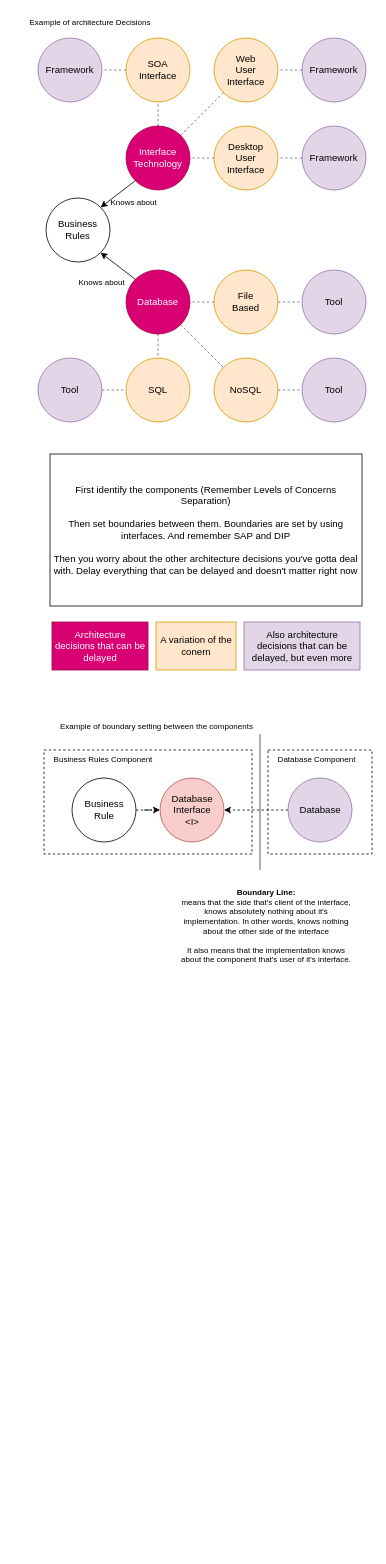
Before: page "Setting Boundaries between the concerns" (2 of 2) of images/Robert C Martin - Architecture Growth.drawio in GabrielSlima/blog, a draw.io diagram. Source tidied: cells renumbered, new cells numbered last; positions are measured from the earlier drawing's top-left corner, leaving out a move shared by most shapes. Both pictures are drawn from the tidied source at 80%, with x=0, y=0 at pixel (14, 14).
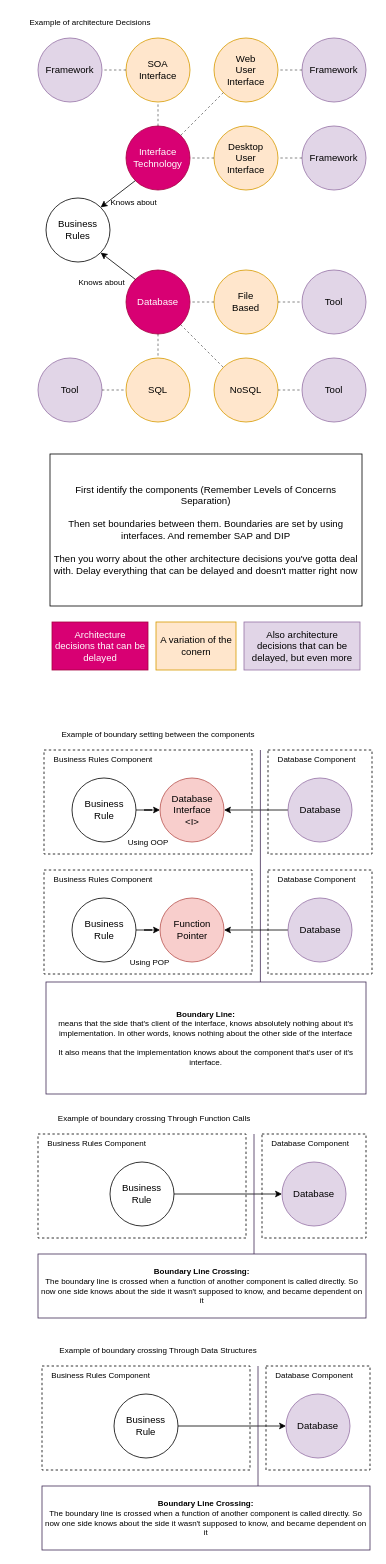
The same diagram, later.

Commit message:
Add setting boundaries example

Unchanged cells that the change refers to:
```xml
<mxCell id="37" value="&lt;div&gt;Business&lt;/div&gt;&lt;div&gt;Rule&lt;/div&gt;" style="ellipse;whiteSpace=wrap;html=1;" parent="1" vertex="1">
  <mxGeometry x="72.5" y="955" width="80" height="80" as="geometry" />
</mxCell>
<mxCell id="39" value="Database" style="ellipse;whiteSpace=wrap;html=1;fillColor=#e1d5e7;strokeColor=#9673a6;" parent="1" vertex="1">
  <mxGeometry x="342.5" y="955" width="80" height="80" as="geometry" />
</mxCell>
<mxCell id="40" value="&lt;div&gt;Database&lt;/div&gt;&lt;div&gt;Interface&lt;br&gt;&lt;/div&gt;&lt;div&gt;&amp;lt;I&amp;gt;&lt;br&gt;&lt;/div&gt;" style="ellipse;whiteSpace=wrap;html=1;fillColor=#f8cecc;strokeColor=#b85450;" parent="1" vertex="1">
  <mxGeometry x="182.5" y="955" width="80" height="80" as="geometry" />
</mxCell>
```

Diff of the diagram source:
```diff
@@
-    <mxCell id="36" style="edgeStyle=orthogonalEdgeStyle;rounded=0;jettySize=auto;html=1;dashed=1;fontSize=10;strokeColor=#000000;" parent="1" edge="1" source="37" target="40">
+    <mxCell id="36" style="edgeStyle=orthogonalEdgeStyle;rounded=0;jettySize=auto;html=1;fontSize=10;strokeColor=#000000;" parent="1" edge="1" source="37" target="40">
       <mxGeometry relative="1" as="geometry" />
     </mxCell>
@@
-    <mxCell id="38" style="edgeStyle=orthogonalEdgeStyle;rounded=0;jettySize=auto;html=1;dashed=1;fontSize=10;strokeColor=#000000;" parent="1" edge="1" source="39" target="40">
+    <mxCell id="38" style="edgeStyle=orthogonalEdgeStyle;rounded=0;jettySize=auto;html=1;fontSize=10;strokeColor=#000000;" parent="1" edge="1" source="39" target="40">
       <mxGeometry relative="1" as="geometry" />
     </mxCell>
@@
     <mxCell id="42" style="endArrow=none;html=1;rounded=0;fontSize=10;strokeColor=#432D57;fillColor=#76608a;" parent="1" edge="1">
       <mxGeometry relative="1" as="geometry">
-        <mxPoint x="307.5" y="1070" as="sourcePoint" />
-        <mxPoint x="307.5" y="900" as="targetPoint" />
+        <mxPoint x="308" y="1210" as="sourcePoint" />
+        <mxPoint x="308" y="920" as="targetPoint" />
       </mxGeometry>
     </mxCell>
-    <mxCell id="43" value="&lt;div&gt;&lt;b&gt;Boundary Line:&lt;/b&gt;&lt;/div&gt;&lt;div&gt;means that the side that's client of the interface, knows absolutely nothing about it's implementation. In other words, knows nothing about the other side of the interface&lt;br&gt;&lt;/div&gt;&lt;div&gt;&lt;br&gt;&lt;/div&gt;&lt;div&gt;It also means that the implementation knows about the component that's user of it's interface.&lt;br&gt;&lt;/div&gt;" style="text;html=1;strokeColor=none;fillColor=none;align=center;verticalAlign=middle;whiteSpace=wrap;rounded=0;dashed=1;fontSize=10;" parent="1" vertex="1">
-      <mxGeometry x="207.5" y="1070" width="215" height="140" as="geometry" />
+    <mxCell id="43" value="&lt;div&gt;&lt;b&gt;Boundary Line:&lt;/b&gt;&lt;/div&gt;&lt;div&gt;means that the side that's client of the interface, knows absolutely nothing about it's implementation. In other words, knows nothing about the other side of the interface&lt;br&gt;&lt;/div&gt;&lt;div&gt;&lt;br&gt;&lt;/div&gt;&lt;div&gt;It also means that the implementation knows about the component that's user of it's interface.&lt;br&gt;&lt;/div&gt;" style="text;html=1;strokeColor=#432D57;fillColor=none;align=center;verticalAlign=middle;whiteSpace=wrap;rounded=0;fontSize=10;" parent="1" vertex="1">
+      <mxGeometry x="40" y="1210" width="400" height="140" as="geometry" />
     </mxCell>
@@
     <mxCell id="46" value="Example of boundary setting between the components" style="text;html=1;align=center;verticalAlign=middle;strokeColor=none;fillColor=none;fontSize=10;" parent="1" vertex="1">
-      <mxGeometry x="32.5" y="880" width="290" height="20" as="geometry" />
+      <mxGeometry x="35" y="890" width="290" height="20" as="geometry" />
     </mxCell>
@@
+    <mxCell id="48" value="&lt;div&gt;&lt;b&gt;Boundary Line Crossing:&lt;/b&gt;&lt;/div&gt;&lt;div&gt;The boundary line is crossed when a function of another component is called directly. So now one side knows about the side it wasn't supposed to know, and became dependent on it&lt;b&gt;&lt;br&gt;&lt;/b&gt;&lt;/div&gt;" style="text;html=1;strokeColor=#432D57;fillColor=none;align=center;verticalAlign=middle;whiteSpace=wrap;rounded=0;fontSize=10;" parent="1" vertex="1">
+      <mxGeometry x="30" y="1550" width="410" height="80" as="geometry" />
+    </mxCell>
+    <mxCell id="49" value="Database Component" style="rounded=0;whiteSpace=wrap;html=1;fontSize=10;fillColor=none;dashed=1;align=left;verticalAlign=top;spacingLeft=10;" parent="1" vertex="1">
+      <mxGeometry x="310" y="1400" width="130" height="130" as="geometry" />
+    </mxCell>
+    <mxCell id="50" value="Business Rules Component" style="rounded=0;whiteSpace=wrap;html=1;fontSize=10;fillColor=none;dashed=1;align=left;verticalAlign=top;spacingLeft=10;" parent="1" vertex="1">
+      <mxGeometry x="30" y="1400" width="260" height="130" as="geometry" />
+    </mxCell>
+    <mxCell id="51" style="edgeStyle=orthogonalEdgeStyle;rounded=0;jettySize=auto;html=1;fontSize=10;strokeColor=#000000;entryX=0;entryY=0.5;entryDx=0;entryDy=0;" parent="1" edge="1" source="52" target="53">
+      <mxGeometry relative="1" as="geometry" />
+    </mxCell>
+    <mxCell id="52" value="&lt;div&gt;Business&lt;/div&gt;&lt;div&gt;Rule&lt;/div&gt;" style="ellipse;whiteSpace=wrap;html=1;" parent="1" vertex="1">
+      <mxGeometry x="120" y="1435" width="80" height="80" as="geometry" />
+    </mxCell>
+    <mxCell id="53" value="Database" style="ellipse;whiteSpace=wrap;html=1;fillColor=#e1d5e7;strokeColor=#9673a6;" parent="1" vertex="1">
+      <mxGeometry x="335" y="1435" width="80" height="80" as="geometry" />
+    </mxCell>
+    <mxCell id="54" style="endArrow=none;html=1;rounded=0;fontSize=10;strokeColor=#432D57;fillColor=#76608a;" parent="1" edge="1">
+      <mxGeometry relative="1" as="geometry">
+        <mxPoint x="300" y="1550" as="sourcePoint" />
+        <mxPoint x="300" y="1400" as="targetPoint" />
+      </mxGeometry>
+    </mxCell>
+    <mxCell id="55" value="Example of boundary crossing Through Function Calls" style="text;html=1;align=center;verticalAlign=middle;strokeColor=none;fillColor=none;fontSize=10;" parent="1" vertex="1">
+      <mxGeometry x="30" y="1370" width="290" height="20" as="geometry" />
+    </mxCell>
+    <mxCell id="56" value="Database Component" style="rounded=0;whiteSpace=wrap;html=1;fontSize=10;fillColor=none;dashed=1;align=left;verticalAlign=top;spacingLeft=10;" parent="1" vertex="1">
+      <mxGeometry x="317.5" y="1070" width="130" height="130" as="geometry" />
+    </mxCell>
+    <mxCell id="57" value="Business Rules Component" style="rounded=0;whiteSpace=wrap;html=1;fontSize=10;fillColor=none;dashed=1;align=left;verticalAlign=top;spacingLeft=10;" parent="1" vertex="1">
+      <mxGeometry x="37.5" y="1070" width="260" height="130" as="geometry" />
+    </mxCell>
+    <mxCell id="58" style="edgeStyle=orthogonalEdgeStyle;rounded=0;jettySize=auto;html=1;fontSize=10;strokeColor=#000000;" parent="1" edge="1" source="59" target="62">
+      <mxGeometry relative="1" as="geometry" />
+    </mxCell>
+    <mxCell id="59" value="&lt;div&gt;Business&lt;/div&gt;&lt;div&gt;Rule&lt;/div&gt;" style="ellipse;whiteSpace=wrap;html=1;" parent="1" vertex="1">
+      <mxGeometry x="72.5" y="1105" width="80" height="80" as="geometry" />
+    </mxCell>
+    <mxCell id="60" style="edgeStyle=orthogonalEdgeStyle;rounded=0;jettySize=auto;html=1;fontSize=10;strokeColor=#000000;" parent="1" edge="1" source="61" target="62">
+      <mxGeometry relative="1" as="geometry" />
+    </mxCell>
+    <mxCell id="61" value="Database" style="ellipse;whiteSpace=wrap;html=1;fillColor=#e1d5e7;strokeColor=#9673a6;" parent="1" vertex="1">
+      <mxGeometry x="342.5" y="1105" width="80" height="80" as="geometry" />
+    </mxCell>
+    <mxCell id="62" value="&lt;div&gt;Function&lt;/div&gt;&lt;div&gt;Pointer&lt;br&gt;&lt;/div&gt;" style="ellipse;whiteSpace=wrap;html=1;fillColor=#f8cecc;strokeColor=#b85450;" parent="1" vertex="1">
+      <mxGeometry x="182.5" y="1105" width="80" height="80" as="geometry" />
+    </mxCell>
+    <mxCell id="63" value="Using OOP" style="text;html=1;strokeColor=none;fillColor=none;align=center;verticalAlign=middle;whiteSpace=wrap;rounded=0;dashed=1;fontSize=10;" parent="1" vertex="1">
+      <mxGeometry x="137.5" y="1020" width="60" height="30" as="geometry" />
+    </mxCell>
+    <mxCell id="64" value="Using POP" style="text;html=1;strokeColor=none;fillColor=none;align=center;verticalAlign=middle;whiteSpace=wrap;rounded=0;dashed=1;fontSize=10;" parent="1" vertex="1">
+      <mxGeometry x="140" y="1170" width="60" height="30" as="geometry" />
+    </mxCell>
+    <mxCell id="65" value="&lt;div&gt;&lt;b&gt;Boundary Line Crossing:&lt;/b&gt;&lt;/div&gt;&lt;div&gt;The boundary line is crossed when a function of another component is called directly. So now one side knows about the side it wasn't supposed to know, and became dependent on it&lt;b&gt;&lt;br&gt;&lt;/b&gt;&lt;/div&gt;" style="text;html=1;strokeColor=#432D57;fillColor=none;align=center;verticalAlign=middle;whiteSpace=wrap;rounded=0;fontSize=10;" parent="1" vertex="1">
+      <mxGeometry x="35" y="1840" width="410" height="80" as="geometry" />
+    </mxCell>
+    <mxCell id="66" value="Database Component" style="rounded=0;whiteSpace=wrap;html=1;fontSize=10;fillColor=none;dashed=1;align=left;verticalAlign=top;spacingLeft=10;" parent="1" vertex="1">
+      <mxGeometry x="315" y="1690" width="130" height="130" as="geometry" />
+    </mxCell>
+    <mxCell id="67" value="Business Rules Component" style="rounded=0;whiteSpace=wrap;html=1;fontSize=10;fillColor=none;dashed=1;align=left;verticalAlign=top;spacingLeft=10;" parent="1" vertex="1">
+      <mxGeometry x="35" y="1690" width="260" height="130" as="geometry" />
+    </mxCell>
+    <mxCell id="68" style="edgeStyle=orthogonalEdgeStyle;rounded=0;jettySize=auto;html=1;fontSize=10;strokeColor=#000000;entryX=0;entryY=0.5;entryDx=0;entryDy=0;" parent="1" edge="1" source="69" target="70">
+      <mxGeometry relative="1" as="geometry" />
+    </mxCell>
+    <mxCell id="69" value="&lt;div&gt;Business&lt;/div&gt;&lt;div&gt;Rule&lt;/div&gt;" style="ellipse;whiteSpace=wrap;html=1;" parent="1" vertex="1">
+      <mxGeometry x="125" y="1725" width="80" height="80" as="geometry" />
+    </mxCell>
+    <mxCell id="70" value="Database" style="ellipse;whiteSpace=wrap;html=1;fillColor=#e1d5e7;strokeColor=#9673a6;" parent="1" vertex="1">
+      <mxGeometry x="340" y="1725" width="80" height="80" as="geometry" />
+    </mxCell>
+    <mxCell id="71" style="endArrow=none;html=1;rounded=0;fontSize=10;strokeColor=#432D57;fillColor=#76608a;" parent="1" edge="1">
+      <mxGeometry relative="1" as="geometry">
+        <mxPoint x="305" y="1840" as="sourcePoint" />
+        <mxPoint x="305" y="1690" as="targetPoint" />
+      </mxGeometry>
+    </mxCell>
+    <mxCell id="72" value="Example of boundary crossing Through Data Structures" style="text;html=1;align=center;verticalAlign=middle;strokeColor=none;fillColor=none;fontSize=10;" parent="1" vertex="1">
+      <mxGeometry x="30" y="1660" width="300" height="20" as="geometry" />
+    </mxCell>
```
